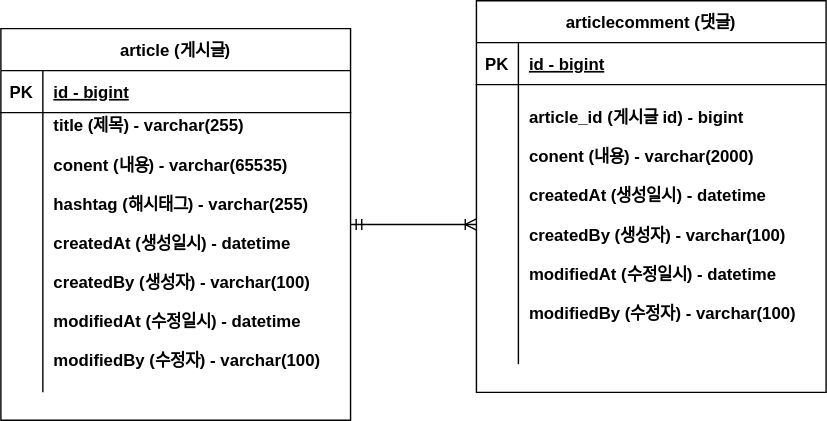
Earlier version of the draw.io export FastCampusBoard/project-board-erd.svg (leechando/FastCampusBoard). Source tidied: cells renumbered, new cells last; positions are measured from the earlier drawing's top-left corner, leaving out a move shared by most shapes.
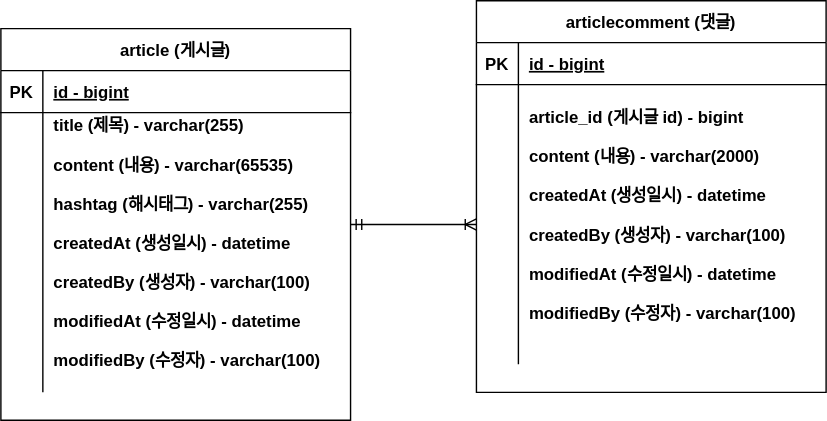
After the change.

Diff of the diagram source:
```diff
@@ -20,7 +20,7 @@
     <mxCell id="7" style="shape=partialRectangle;overflow=hidden;fillColor=none;top=0;left=0;bottom=0;right=0;" parent="6" vertex="1">
       <mxGeometry width="30" height="200" as="geometry" />
     </mxCell>
-    <mxCell id="8" value="title (제목) - varchar(255)&#10;&#10;conent (내용) - varchar(65535)&#10;&#10;hashtag (해시태그) - varchar(255)&#10;&#10;createdAt (생성일시) - datetime&#10;&#10;createdBy (생성자) - varchar(100)&#10;&#10;modifiedAt (수정일시) - datetime&#10;&#10;modifiedBy (수정자) - varchar(100)&#10;" style="shape=partialRectangle;overflow=hidden;fillColor=none;top=0;left=0;bottom=0;right=0;align=left;spacingLeft=6;fontStyle=1;" parent="6" vertex="1">
+    <mxCell id="8" value="title (제목) - varchar(255)&#10;&#10;content (내용) - varchar(65535)&#10;&#10;hashtag (해시태그) - varchar(255)&#10;&#10;createdAt (생성일시) - datetime&#10;&#10;createdBy (생성자) - varchar(100)&#10;&#10;modifiedAt (수정일시) - datetime&#10;&#10;modifiedBy (수정자) - varchar(100)&#10;" style="shape=partialRectangle;overflow=hidden;fillColor=none;top=0;left=0;bottom=0;right=0;align=left;spacingLeft=6;fontStyle=1;" parent="6" vertex="1">
       <mxGeometry x="30" width="220" height="200" as="geometry" />
     </mxCell>
     <mxCell id="9" value="articlecomment (댓글)" style="shape=table;startSize=30;rowLines=0;fontStyle=1;align=center;" parent="1" vertex="1">
@@ -41,7 +41,7 @@
     <mxCell id="14" style="shape=partialRectangle;overflow=hidden;fillColor=none;top=0;left=0;bottom=0;right=0;" parent="13" vertex="1">
       <mxGeometry width="30" height="200" as="geometry" />
     </mxCell>
-    <mxCell id="15" value="article_id (게시글 id) - bigint&#10; &#10;conent (내용) - varchar(2000)&#10;&#10;createdAt (생성일시) - datetime&#10;&#10;createdBy (생성자) - varchar(100)&#10;&#10;modifiedAt (수정일시) - datetime&#10;&#10;modifiedBy (수정자) - varchar(100)&#10;" style="shape=partialRectangle;overflow=hidden;fillColor=none;top=0;left=0;bottom=0;right=0;align=left;spacingLeft=6;fontStyle=1;" parent="13" vertex="1">
+    <mxCell id="15" value="article_id (게시글 id) - bigint&#10; &#10;content (내용) - varchar(2000)&#10;&#10;createdAt (생성일시) - datetime&#10;&#10;createdBy (생성자) - varchar(100)&#10;&#10;modifiedAt (수정일시) - datetime&#10;&#10;modifiedBy (수정자) - varchar(100)&#10;" style="shape=partialRectangle;overflow=hidden;fillColor=none;top=0;left=0;bottom=0;right=0;align=left;spacingLeft=6;fontStyle=1;" parent="13" vertex="1">
       <mxGeometry x="30" width="220" height="200" as="geometry" />
     </mxCell>
     <mxCell id="16" style="edgeStyle=entityRelationEdgeStyle;fontSize=12;html=1;endArrow=ERoneToMany;startArrow=ERmandOne;rounded=0;entryX=0;entryY=0.5;entryDx=0;entryDy=0;" parent="1" edge="1" source="2" target="13">
```
